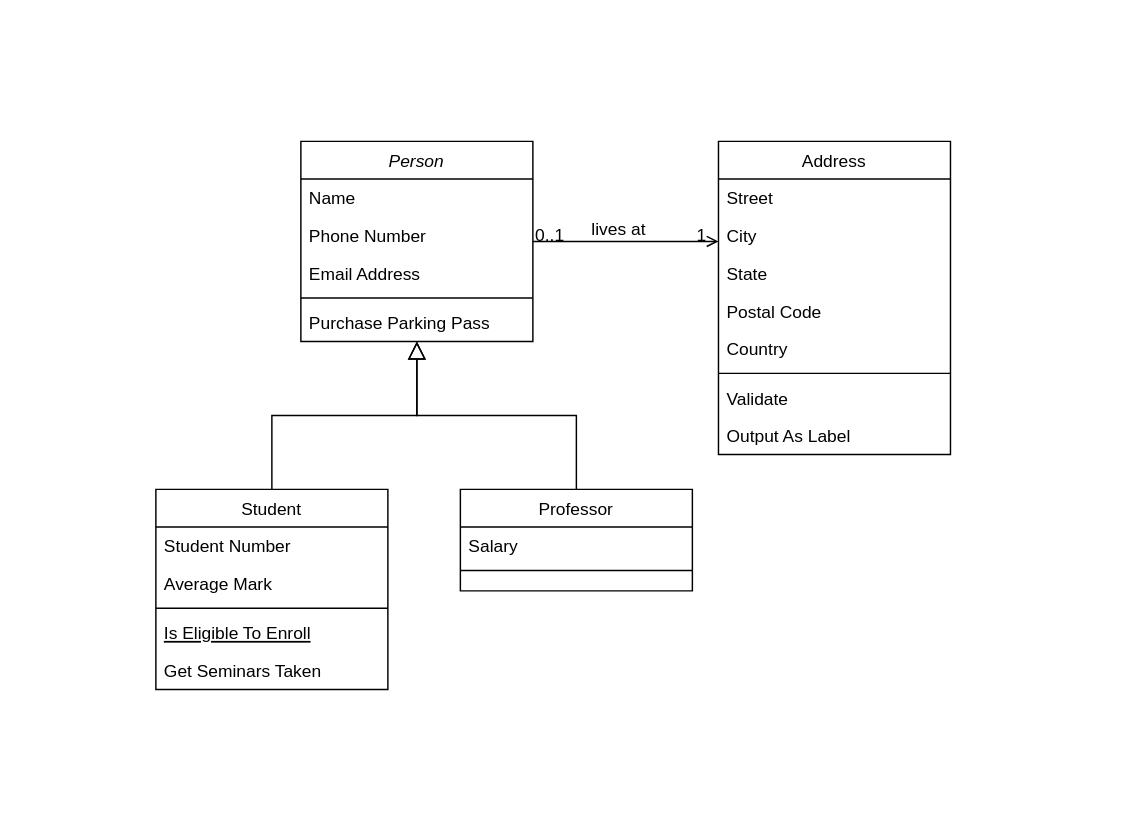
Before: Unbenanntes Diagramm.drawio in Garitz/Flowchart_statistic, a draw.io diagram. Source tidied: cells renumbered, new cells numbered last; positions are measured from the earlier drawing's top-left corner, leaving out a move shared by most shapes. Both pictures are drawn from the tidied source at 145%, with x=0, y=0 at pixel (155, 141).
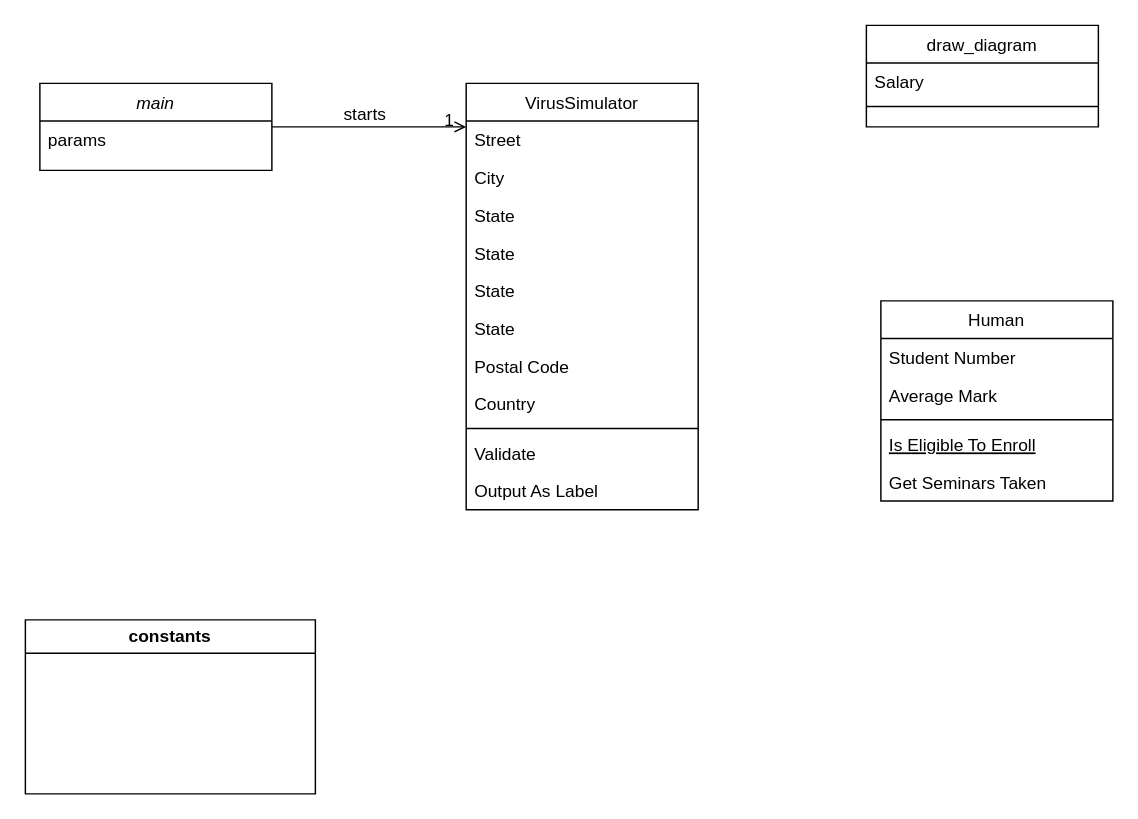
The same page after the edit.

Unchanged cells that the change refers to:
```xml
<mxCell id="28" style="endArrow=open;shadow=0;strokeWidth=1;rounded=0;curved=0;endFill=1;edgeStyle=elbowEdgeStyle;elbow=vertical;" parent="1" edge="1" source="2" target="19">
  <mxGeometry x="0.5" y="41" relative="1" as="geometry">
    <mxPoint x="-40" y="32" as="offset" />
  </mxGeometry>
</mxCell>
```

What changed in the source:
```diff
@@
-    <mxCell id="2" value="Person" style="swimlane;fontStyle=2;align=center;verticalAlign=top;horizontal=1;startSize=26;rounded=0;shadow=0;strokeWidth=1;" parent="1" vertex="1">
-      <mxGeometry x="100" width="160" height="138" as="geometry" />
+    <mxCell id="2" value="main" style="swimlane;fontStyle=2;align=center;verticalAlign=top;horizontal=1;startSize=26;rounded=0;shadow=0;strokeWidth=1;" parent="1" vertex="1">
+      <mxGeometry x="-80" y="-40" width="160" height="60" as="geometry" />
     </mxCell>
-    <mxCell id="3" value="Name" style="text;align=left;verticalAlign=top;spacingLeft=4;spacingRight=4;overflow=hidden;" parent="2" vertex="1">
-      <mxGeometry y="26" width="160" height="26" as="geometry" />
-    </mxCell>
-    <mxCell id="4" value="Phone Number" style="text;align=left;verticalAlign=top;spacingLeft=4;spacingRight=4;overflow=hidden;rounded=0;shadow=0;html=0;" parent="2" vertex="1">
-      <mxGeometry y="52" width="160" height="26" as="geometry" />
-    </mxCell>
-    <mxCell id="5" value="Email Address" style="text;align=left;verticalAlign=top;spacingLeft=4;spacingRight=4;overflow=hidden;rounded=0;shadow=0;html=0;" parent="2" vertex="1">
-      <mxGeometry y="78" width="160" height="26" as="geometry" />
-    </mxCell>
-    <mxCell id="6" style="line;html=1;strokeWidth=1;align=left;verticalAlign=middle;spacingTop=-1;spacingLeft=3;spacingRight=3;labelPosition=right;" parent="2" vertex="1">
-      <mxGeometry y="104" width="160" height="8" as="geometry" />
-    </mxCell>
-    <mxCell id="7" value="Purchase Parking Pass" style="text;align=left;verticalAlign=top;spacingLeft=4;spacingRight=4;overflow=hidden;" parent="2" vertex="1">
-      <mxGeometry y="112" width="160" height="26" as="geometry" />
-    </mxCell>
+    <mxCell id="32" value="params" style="text;align=left;verticalAlign=top;spacingLeft=4;spacingRight=4;overflow=hidden;" parent="2" vertex="1">
+      <mxGeometry y="26" width="160" height="34" as="geometry" />
+    </mxCell>
-    <mxCell id="8" value="Student" style="swimlane;fontStyle=0;align=center;verticalAlign=top;horizontal=1;startSize=26;rounded=0;shadow=0;strokeWidth=1;" parent="1" vertex="1">
-      <mxGeometry y="240" width="160" height="138" as="geometry" />
+    <mxCell id="8" value="Human" style="swimlane;fontStyle=0;align=center;verticalAlign=top;horizontal=1;startSize=26;rounded=0;shadow=0;strokeWidth=1;" parent="1" vertex="1">
+      <mxGeometry x="500" y="110" width="160" height="138" as="geometry" />
     </mxCell>
@@
-    <mxCell id="14" style="endArrow=block;endSize=10;endFill=0;shadow=0;strokeWidth=1;rounded=0;curved=0;edgeStyle=elbowEdgeStyle;elbow=vertical;" parent="1" edge="1" source="8" target="2">
-      <mxGeometry relative="1" as="geometry" />
-    </mxCell>
-    <mxCell id="15" value="Professor" style="swimlane;fontStyle=0;align=center;verticalAlign=top;horizontal=1;startSize=26;rounded=0;shadow=0;strokeWidth=1;" parent="1" vertex="1">
-      <mxGeometry x="210" y="240" width="160" height="70" as="geometry" />
+    <mxCell id="15" value="draw_diagram" style="swimlane;fontStyle=0;align=center;verticalAlign=top;horizontal=1;startSize=26;rounded=0;shadow=0;strokeWidth=1;" parent="1" vertex="1">
+      <mxGeometry x="490" y="-80" width="160" height="70" as="geometry" />
     </mxCell>
@@
-    <mxCell id="18" style="endArrow=block;endSize=10;endFill=0;shadow=0;strokeWidth=1;rounded=0;curved=0;edgeStyle=elbowEdgeStyle;elbow=vertical;" parent="1" edge="1" source="15" target="2">
-      <mxGeometry relative="1" as="geometry" />
-    </mxCell>
-    <mxCell id="19" value="Address" style="swimlane;fontStyle=0;align=center;verticalAlign=top;horizontal=1;startSize=26;rounded=0;shadow=0;strokeWidth=1;" parent="1" vertex="1">
-      <mxGeometry x="388" width="160" height="216" as="geometry" />
+    <mxCell id="19" value="VirusSimulator" style="swimlane;fontStyle=0;align=center;verticalAlign=top;horizontal=1;startSize=26;rounded=0;shadow=0;strokeWidth=1;" parent="1" vertex="1">
+      <mxGeometry x="214" y="-40" width="160" height="294" as="geometry" />
     </mxCell>
@@
+    <mxCell id="33" value="State" style="text;align=left;verticalAlign=top;spacingLeft=4;spacingRight=4;overflow=hidden;rounded=0;shadow=0;html=0;" parent="19" vertex="1">
+      <mxGeometry y="78" width="160" height="26" as="geometry" />
+    </mxCell>
+    <mxCell id="34" value="State" style="text;align=left;verticalAlign=top;spacingLeft=4;spacingRight=4;overflow=hidden;rounded=0;shadow=0;html=0;" parent="19" vertex="1">
+      <mxGeometry y="104" width="160" height="26" as="geometry" />
+    </mxCell>
+    <mxCell id="35" value="State" style="text;align=left;verticalAlign=top;spacingLeft=4;spacingRight=4;overflow=hidden;rounded=0;shadow=0;html=0;" parent="19" vertex="1">
+      <mxGeometry y="130" width="160" height="26" as="geometry" />
+    </mxCell>
     <mxCell id="22" value="State" style="text;align=left;verticalAlign=top;spacingLeft=4;spacingRight=4;overflow=hidden;rounded=0;shadow=0;html=0;" parent="19" vertex="1">
-      <mxGeometry y="78" width="160" height="26" as="geometry" />
+      <mxGeometry y="156" width="160" height="26" as="geometry" />
     </mxCell>
     <mxCell id="23" value="Postal Code" style="text;align=left;verticalAlign=top;spacingLeft=4;spacingRight=4;overflow=hidden;rounded=0;shadow=0;html=0;" parent="19" vertex="1">
-      <mxGeometry y="104" width="160" height="26" as="geometry" />
+      <mxGeometry y="182" width="160" height="26" as="geometry" />
     </mxCell>
     <mxCell id="24" value="Country" style="text;align=left;verticalAlign=top;spacingLeft=4;spacingRight=4;overflow=hidden;rounded=0;shadow=0;html=0;" parent="19" vertex="1">
-      <mxGeometry y="130" width="160" height="26" as="geometry" />
+      <mxGeometry y="208" width="160" height="26" as="geometry" />
     </mxCell>
     <mxCell id="25" style="line;html=1;strokeWidth=1;align=left;verticalAlign=middle;spacingTop=-1;spacingLeft=3;spacingRight=3;labelPosition=right;" parent="19" vertex="1">
-      <mxGeometry y="156" width="160" height="8" as="geometry" />
+      <mxGeometry y="234" width="160" height="8" as="geometry" />
     </mxCell>
     <mxCell id="26" value="Validate" style="text;align=left;verticalAlign=top;spacingLeft=4;spacingRight=4;overflow=hidden;" parent="19" vertex="1">
-      <mxGeometry y="164" width="160" height="26" as="geometry" />
+      <mxGeometry y="242" width="160" height="26" as="geometry" />
     </mxCell>
     <mxCell id="27" value="Output As Label" style="text;align=left;verticalAlign=top;spacingLeft=4;spacingRight=4;overflow=hidden;" parent="19" vertex="1">
-      <mxGeometry y="190" width="160" height="26" as="geometry" />
+      <mxGeometry y="268" width="160" height="26" as="geometry" />
     </mxCell>
@@
-    <mxCell id="29" value="0..1" style="align=left;verticalAlign=bottom;labelBackgroundColor=none;fontSize=12;" parent="28" vertex="1">
+    <mxCell id="29" style="align=left;verticalAlign=bottom;labelBackgroundColor=none;fontSize=12;" parent="28" vertex="1">
       <mxGeometry x="-1" relative="1" as="geometry">
         <mxPoint y="4" as="offset" />
       </mxGeometry>
     </mxCell>
@@
-    <mxCell id="31" value="lives at" style="text;html=1;align=center;verticalAlign=middle;labelBackgroundColor=none;rounded=0;shadow=0;strokeWidth=1;fontSize=12;" parent="28" vertex="1">
+    <mxCell id="31" value="starts" style="text;html=1;align=center;verticalAlign=middle;labelBackgroundColor=none;rounded=0;shadow=0;strokeWidth=1;fontSize=12;" parent="28" vertex="1">
       <mxGeometry x="0.5" y="49" relative="1" as="geometry">
         <mxPoint x="-38" y="40" as="offset" />
       </mxGeometry>
     </mxCell>
+    <mxCell id="36" value="constants" style="swimlane;whiteSpace=wrap;html=1;" parent="1" vertex="1">
+      <mxGeometry x="-90" y="330" width="200" height="120" as="geometry" />
+    </mxCell>
```
